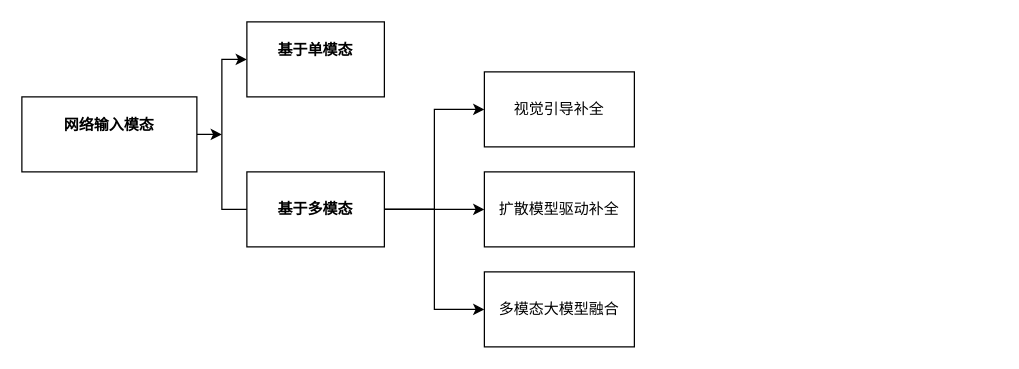
Above: diagrams/未命名绘图.drawio in gcloudream/draw (draw.io), before the change. Source tidied: cells renumbered, new cells numbered last; positions are measured from the earlier drawing's top-left corner, leaving out a move shared by most shapes. Both pictures are drawn from the tidied source at 125%, with x=0, y=0 at pixel (21, 21).
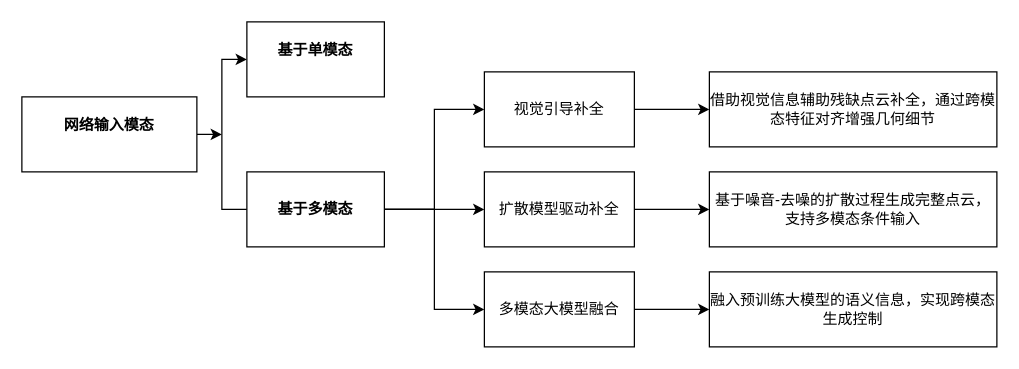
Above is the later version.

Commit message (it also covers changes not shown here):
更新未命名绘图.drawio

What changed in the source:
```diff
@@
 <mxGraphModel>
   <root>
     <mxCell id="0" />
     <mxCell id="1" parent="0" />
     <mxCell id="2" style="edgeStyle=orthogonalEdgeStyle;rounded=0;jettySize=auto;html=1;exitX=0;exitY=0.5;exitDx=0;exitDy=0;entryX=0;entryY=0.5;entryDx=0;entryDy=0;" parent="1" edge="1" source="9" target="5">
       <mxGeometry relative="1" as="geometry" />
     </mxCell>
     <mxCell id="3" style="edgeStyle=orthogonalEdgeStyle;rounded=0;jettySize=auto;html=1;exitX=1;exitY=0.5;exitDx=0;exitDy=0;" parent="1" edge="1" source="4">
       <mxGeometry relative="1" as="geometry">
         <mxPoint x="160" y="90" as="targetPoint" />
       </mxGeometry>
     </mxCell>
     <mxCell id="4" value="&#10;&lt;div class=&quot;lake-content&quot;&gt;&lt;strong&gt;&lt;span class=&quot;ne-text&quot;&gt;网络输入模态&lt;/span&gt;&lt;/strong&gt;&lt;/div&gt;&#10;&#10;" style="rounded=0;whiteSpace=wrap;html=1;" parent="1" vertex="1">
       <mxGeometry y="60" width="140" height="60" as="geometry" />
     </mxCell>
     <mxCell id="5" value="&#10;&lt;div class=&quot;lake-content&quot;&gt;&lt;strong&gt;&lt;span class=&quot;ne-text&quot;&gt;基于单模态&lt;/span&gt;&lt;/strong&gt;&lt;/div&gt;&#10;&#10;" style="rounded=0;whiteSpace=wrap;html=1;" parent="1" vertex="1">
       <mxGeometry x="180" width="110" height="60" as="geometry" />
     </mxCell>
     <mxCell id="6" style="edgeStyle=orthogonalEdgeStyle;rounded=0;jettySize=auto;html=1;exitX=1;exitY=0.5;exitDx=0;exitDy=0;entryX=0;entryY=0.5;entryDx=0;entryDy=0;" parent="1" edge="1" source="9" target="10">
       <mxGeometry relative="1" as="geometry" />
     </mxCell>
     <mxCell id="7" style="edgeStyle=orthogonalEdgeStyle;rounded=0;jettySize=auto;html=1;exitX=1;exitY=0.5;exitDx=0;exitDy=0;" parent="1" edge="1" source="9" target="11">
       <mxGeometry relative="1" as="geometry" />
     </mxCell>
     <mxCell id="8" style="edgeStyle=orthogonalEdgeStyle;rounded=0;jettySize=auto;html=1;exitX=1;exitY=0.5;exitDx=0;exitDy=0;entryX=0;entryY=0.5;entryDx=0;entryDy=0;" parent="1" edge="1" source="9" target="12">
       <mxGeometry relative="1" as="geometry" />
     </mxCell>
     <mxCell id="9" value="&lt;br&gt;&lt;div class=&quot;lake-content&quot;&gt;&lt;strong&gt;&lt;span class=&quot;ne-text&quot;&gt;基于多模态&lt;/span&gt;&lt;/strong&gt;&lt;/div&gt;&lt;div&gt;&lt;br/&gt;&lt;/div&gt;" style="rounded=0;whiteSpace=wrap;html=1;" parent="1" vertex="1">
       <mxGeometry x="180" y="120" width="110" height="60" as="geometry" />
     </mxCell>
+    <mxCell id="13" style="edgeStyle=orthogonalEdgeStyle;rounded=0;jettySize=auto;html=1;exitX=1;exitY=0.5;exitDx=0;exitDy=0;entryX=0;entryY=0.5;entryDx=0;entryDy=0;" parent="1" edge="1" source="10" target="16">
+      <mxGeometry relative="1" as="geometry" />
+    </mxCell>
     <mxCell id="10" value="&lt;div class=&quot;lake-content&quot;&gt;&lt;span class=&quot;ne-text&quot;&gt;视觉引导补全&lt;/span&gt;&lt;/div&gt;" style="rounded=0;whiteSpace=wrap;html=1;" parent="1" vertex="1">
       <mxGeometry x="370" y="40" width="120" height="60" as="geometry" />
     </mxCell>
+    <mxCell id="14" style="edgeStyle=orthogonalEdgeStyle;rounded=0;jettySize=auto;html=1;exitX=1;exitY=0.5;exitDx=0;exitDy=0;entryX=0;entryY=0.5;entryDx=0;entryDy=0;" parent="1" edge="1" source="11" target="17">
+      <mxGeometry relative="1" as="geometry" />
+    </mxCell>
     <mxCell id="11" value="&lt;div class=&quot;lake-content&quot;&gt;&lt;div class=&quot;lake-content&quot;&gt;&lt;span class=&quot;ne-text&quot;&gt;扩散模型驱动补全&lt;/span&gt;&lt;/div&gt;&lt;/div&gt;" style="rounded=0;whiteSpace=wrap;html=1;" parent="1" vertex="1">
       <mxGeometry x="370" y="120" width="120" height="60" as="geometry" />
     </mxCell>
+    <mxCell id="15" style="edgeStyle=orthogonalEdgeStyle;rounded=0;jettySize=auto;html=1;entryX=0;entryY=0.5;entryDx=0;entryDy=0;" parent="1" edge="1" source="12" target="18">
+      <mxGeometry relative="1" as="geometry" />
+    </mxCell>
     <mxCell id="12" value="&lt;div class=&quot;lake-content&quot;&gt;&lt;div class=&quot;lake-content&quot;&gt;&lt;span class=&quot;ne-text&quot;&gt;多模态大模型融合&lt;/span&gt;&lt;/div&gt;&lt;/div&gt;" style="rounded=0;whiteSpace=wrap;html=1;" parent="1" vertex="1">
       <mxGeometry x="370" y="200" width="120" height="60" as="geometry" />
     </mxCell>
+    <mxCell id="16" value="&lt;div class=&quot;lake-content&quot;&gt;&lt;span class=&quot;ne-text&quot;&gt;借助视觉信息辅助残缺点云补全，通过跨模态特征对齐增强几何细节&lt;/span&gt;&lt;/div&gt;" style="rounded=0;whiteSpace=wrap;html=1;" parent="1" vertex="1">
+      <mxGeometry x="550" y="40" width="230" height="60" as="geometry" />
+    </mxCell>
+    <mxCell id="17" value="&lt;div class=&quot;lake-content&quot;&gt;&lt;div class=&quot;lake-content&quot;&gt;&lt;span class=&quot;ne-text&quot;&gt;基于噪音-去噪的扩散过程生成完整点云，支持多模态条件输入&lt;/span&gt;&lt;/div&gt;&lt;/div&gt;" style="rounded=0;whiteSpace=wrap;html=1;" parent="1" vertex="1">
+      <mxGeometry x="550" y="120" width="230" height="60" as="geometry" />
+    </mxCell>
+    <mxCell id="18" value="&lt;div class=&quot;lake-content&quot;&gt;&lt;div class=&quot;lake-content&quot;&gt;&lt;span class=&quot;ne-text&quot;&gt;融入预训练大模型的语义信息，实现跨模态生成控制&lt;/span&gt;&lt;/div&gt;&lt;/div&gt;" style="rounded=0;whiteSpace=wrap;html=1;" parent="1" vertex="1">
+      <mxGeometry x="550" y="200" width="230" height="60" as="geometry" />
+    </mxCell>
   </root>
 </mxGraphModel>
```
